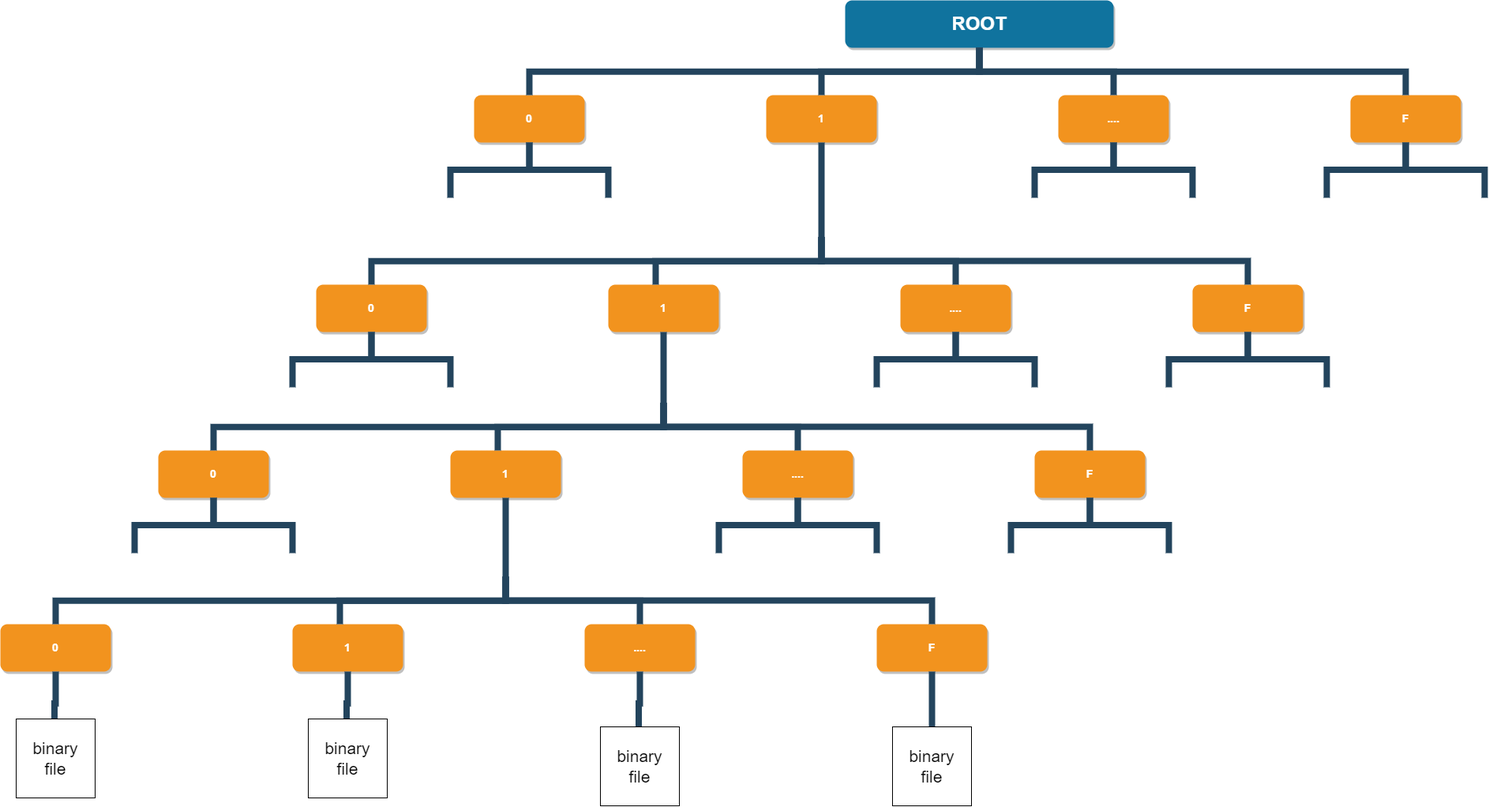
Before: data/folder_hierarchy.drawio.png, a diagram exported from draw.io (PraAnj/hexadecimal-2fa-code-generator). Source tidied: cells renumbered, new cells last; positions are measured from the earlier drawing's top-left corner, leaving out a move shared by most shapes.
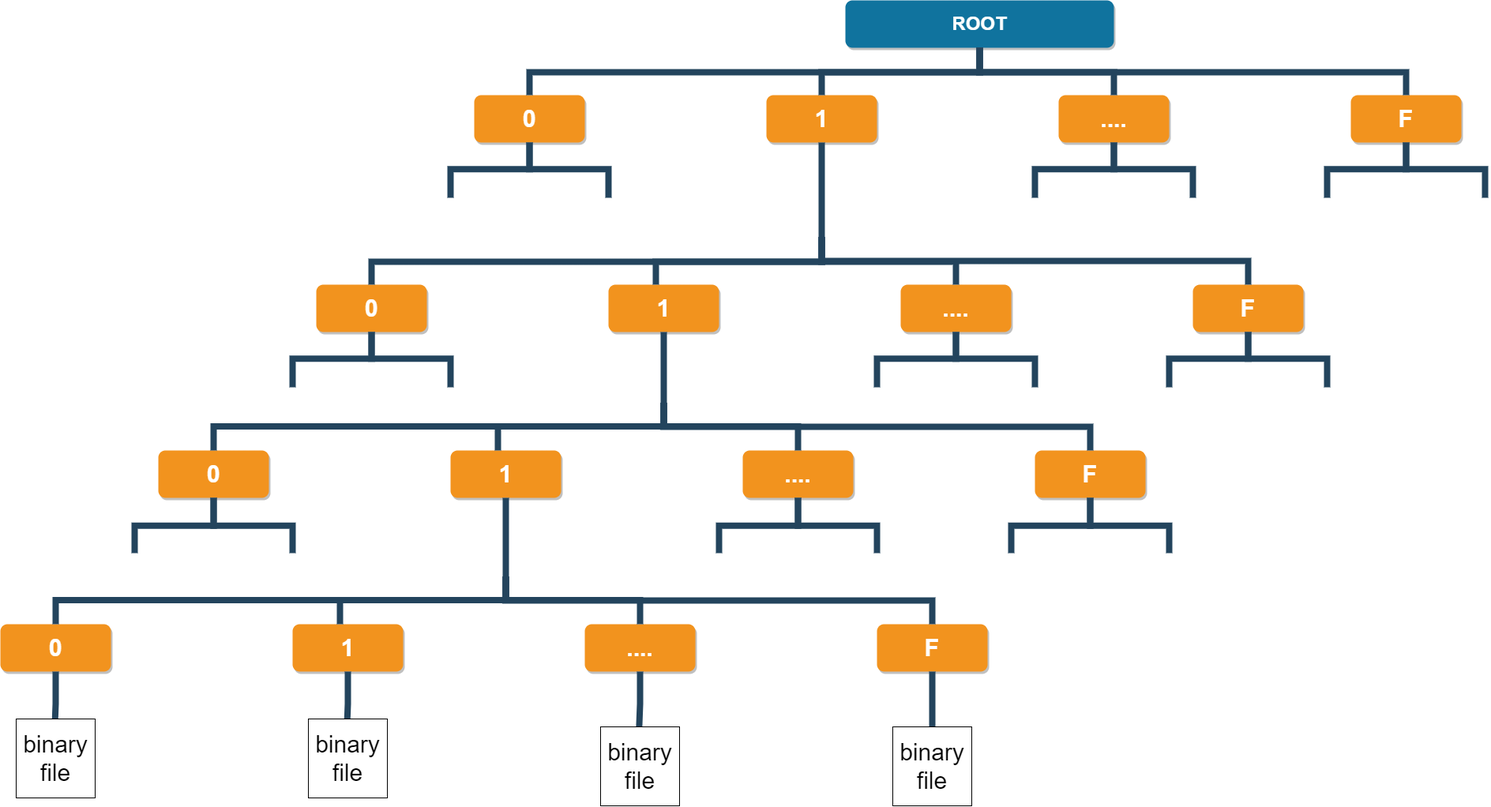
Later version of the same file.

What changed in the source:
```diff
@@ -5,16 +5,16 @@
     <mxCell id="2" value="ROOT" style="whiteSpace=wrap;rounded=1;shadow=1;fillColor=#10739E;strokeColor=none;fontColor=#FFFFFF;fontStyle=1;fontSize=24;" parent="1" vertex="1">
       <mxGeometry x="1070" width="340" height="60" as="geometry" />
     </mxCell>
-    <mxCell id="3" value="0" style="whiteSpace=wrap;rounded=1;fillColor=#F2931E;strokeColor=none;shadow=1;fontColor=#FFFFFF;fontStyle=1;fontSize=14;" parent="1" vertex="1">
+    <mxCell id="3" value="0" style="whiteSpace=wrap;rounded=1;fillColor=#F2931E;strokeColor=none;shadow=1;fontColor=#FFFFFF;fontStyle=1;fontSize=30;" parent="1" vertex="1">
       <mxGeometry x="600" y="120" width="140" height="60" as="geometry" />
     </mxCell>
-    <mxCell id="4" value="1" style="whiteSpace=wrap;rounded=1;fillColor=#F2931E;strokeColor=none;shadow=1;fontColor=#FFFFFF;fontStyle=1;fontSize=14;" parent="1" vertex="1">
+    <mxCell id="4" value="1" style="whiteSpace=wrap;rounded=1;fillColor=#F2931E;strokeColor=none;shadow=1;fontColor=#FFFFFF;fontStyle=1;fontSize=30;" parent="1" vertex="1">
       <mxGeometry x="970" y="120" width="140" height="60" as="geometry" />
     </mxCell>
-    <mxCell id="5" value="...." style="whiteSpace=wrap;rounded=1;fillColor=#F2931E;strokeColor=none;shadow=1;fontColor=#FFFFFF;fontStyle=1;fontSize=14;" parent="1" vertex="1">
+    <mxCell id="5" value="...." style="whiteSpace=wrap;rounded=1;fillColor=#F2931E;strokeColor=none;shadow=1;fontColor=#FFFFFF;fontStyle=1;fontSize=30;" parent="1" vertex="1">
       <mxGeometry x="1340" y="120" width="140" height="60" as="geometry" />
     </mxCell>
-    <mxCell id="6" value="F" style="whiteSpace=wrap;rounded=1;fillColor=#F2931E;strokeColor=none;shadow=1;fontColor=#FFFFFF;fontStyle=1;fontSize=14;" parent="1" vertex="1">
+    <mxCell id="6" value="F" style="whiteSpace=wrap;rounded=1;fillColor=#F2931E;strokeColor=none;shadow=1;fontColor=#FFFFFF;fontStyle=1;fontSize=30;" parent="1" vertex="1">
       <mxGeometry x="1710" y="120" width="140" height="60" as="geometry" />
     </mxCell>
     <mxCell id="7" style="edgeStyle=elbowEdgeStyle;elbow=vertical;rounded=0;fontColor=#000000;endArrow=none;endFill=0;strokeWidth=8;strokeColor=#23445D;" parent="1" edge="1" source="3">
@@ -59,16 +59,16 @@
     <mxCell id="16" style="edgeStyle=elbowEdgeStyle;elbow=vertical;rounded=0;fontColor=#000000;endArrow=none;endFill=0;strokeWidth=8;strokeColor=#23445D;" parent="1" edge="1" source="2" target="6">
       <mxGeometry relative="1" as="geometry" />
     </mxCell>
-    <mxCell id="17" value="0" style="whiteSpace=wrap;rounded=1;fillColor=#F2931E;strokeColor=none;shadow=1;fontColor=#FFFFFF;fontStyle=1;fontSize=14;" parent="1" vertex="1">
+    <mxCell id="17" value="0" style="whiteSpace=wrap;rounded=1;fillColor=#F2931E;strokeColor=none;shadow=1;fontColor=#FFFFFF;fontStyle=1;fontSize=30;" parent="1" vertex="1">
       <mxGeometry x="400" y="360" width="140" height="60" as="geometry" />
     </mxCell>
-    <mxCell id="18" value="1" style="whiteSpace=wrap;rounded=1;fillColor=#F2931E;strokeColor=none;shadow=1;fontColor=#FFFFFF;fontStyle=1;fontSize=14;" parent="1" vertex="1">
+    <mxCell id="18" value="1" style="whiteSpace=wrap;rounded=1;fillColor=#F2931E;strokeColor=none;shadow=1;fontColor=#FFFFFF;fontStyle=1;fontSize=30;" parent="1" vertex="1">
       <mxGeometry x="770" y="360" width="140" height="60" as="geometry" />
     </mxCell>
-    <mxCell id="19" value="...." style="whiteSpace=wrap;rounded=1;fillColor=#F2931E;strokeColor=none;shadow=1;fontColor=#FFFFFF;fontStyle=1;fontSize=14;" parent="1" vertex="1">
+    <mxCell id="19" value="...." style="whiteSpace=wrap;rounded=1;fillColor=#F2931E;strokeColor=none;shadow=1;fontColor=#FFFFFF;fontStyle=1;fontSize=30;" parent="1" vertex="1">
       <mxGeometry x="1140" y="360" width="140" height="60" as="geometry" />
     </mxCell>
-    <mxCell id="20" value="F" style="whiteSpace=wrap;rounded=1;fillColor=#F2931E;strokeColor=none;shadow=1;fontColor=#FFFFFF;fontStyle=1;fontSize=14;" parent="1" vertex="1">
+    <mxCell id="20" value="F" style="whiteSpace=wrap;rounded=1;fillColor=#F2931E;strokeColor=none;shadow=1;fontColor=#FFFFFF;fontStyle=1;fontSize=30;" parent="1" vertex="1">
       <mxGeometry x="1510" y="360" width="140" height="60" as="geometry" />
     </mxCell>
     <mxCell id="21" style="edgeStyle=elbowEdgeStyle;elbow=vertical;rounded=0;fontColor=#000000;endArrow=none;endFill=0;strokeWidth=8;strokeColor=#23445D;" parent="1" edge="1" source="17">
@@ -124,16 +124,16 @@
         </Array>
       </mxGeometry>
     </mxCell>
-    <mxCell id="31" value="0" style="whiteSpace=wrap;rounded=1;fillColor=#F2931E;strokeColor=none;shadow=1;fontColor=#FFFFFF;fontStyle=1;fontSize=14;" parent="1" vertex="1">
+    <mxCell id="31" value="0" style="whiteSpace=wrap;rounded=1;fillColor=#F2931E;strokeColor=none;shadow=1;fontColor=#FFFFFF;fontStyle=1;fontSize=30;" parent="1" vertex="1">
       <mxGeometry x="200" y="570" width="140" height="60" as="geometry" />
     </mxCell>
-    <mxCell id="32" value="1" style="whiteSpace=wrap;rounded=1;fillColor=#F2931E;strokeColor=none;shadow=1;fontColor=#FFFFFF;fontStyle=1;fontSize=14;" parent="1" vertex="1">
+    <mxCell id="32" value="1" style="whiteSpace=wrap;rounded=1;fillColor=#F2931E;strokeColor=none;shadow=1;fontColor=#FFFFFF;fontStyle=1;fontSize=30;" parent="1" vertex="1">
       <mxGeometry x="570" y="570" width="140" height="60" as="geometry" />
     </mxCell>
-    <mxCell id="33" value="...." style="whiteSpace=wrap;rounded=1;fillColor=#F2931E;strokeColor=none;shadow=1;fontColor=#FFFFFF;fontStyle=1;fontSize=14;" parent="1" vertex="1">
+    <mxCell id="33" value="...." style="whiteSpace=wrap;rounded=1;fillColor=#F2931E;strokeColor=none;shadow=1;fontColor=#FFFFFF;fontStyle=1;fontSize=30;" parent="1" vertex="1">
       <mxGeometry x="940" y="570" width="140" height="60" as="geometry" />
     </mxCell>
-    <mxCell id="34" value="F" style="whiteSpace=wrap;rounded=1;fillColor=#F2931E;strokeColor=none;shadow=1;fontColor=#FFFFFF;fontStyle=1;fontSize=14;" parent="1" vertex="1">
+    <mxCell id="34" value="F" style="whiteSpace=wrap;rounded=1;fillColor=#F2931E;strokeColor=none;shadow=1;fontColor=#FFFFFF;fontStyle=1;fontSize=30;" parent="1" vertex="1">
       <mxGeometry x="1310" y="570" width="140" height="60" as="geometry" />
     </mxCell>
     <mxCell id="35" style="edgeStyle=elbowEdgeStyle;elbow=vertical;rounded=0;fontColor=#000000;endArrow=none;endFill=0;strokeWidth=8;strokeColor=#23445D;" parent="1" edge="1" source="31">
@@ -191,16 +191,16 @@
         </Array>
       </mxGeometry>
     </mxCell>
-    <mxCell id="45" value="0" style="whiteSpace=wrap;rounded=1;fillColor=#F2931E;strokeColor=none;shadow=1;fontColor=#FFFFFF;fontStyle=1;fontSize=14;" parent="1" vertex="1">
+    <mxCell id="45" value="0" style="whiteSpace=wrap;rounded=1;fillColor=#F2931E;strokeColor=none;shadow=1;fontColor=#FFFFFF;fontStyle=1;fontSize=30;" parent="1" vertex="1">
       <mxGeometry y="790" width="140" height="60" as="geometry" />
     </mxCell>
-    <mxCell id="46" value="1" style="whiteSpace=wrap;rounded=1;fillColor=#F2931E;strokeColor=none;shadow=1;fontColor=#FFFFFF;fontStyle=1;fontSize=14;" parent="1" vertex="1">
+    <mxCell id="46" value="1" style="whiteSpace=wrap;rounded=1;fillColor=#F2931E;strokeColor=none;shadow=1;fontColor=#FFFFFF;fontStyle=1;fontSize=30;" parent="1" vertex="1">
       <mxGeometry x="370" y="790" width="140" height="60" as="geometry" />
     </mxCell>
-    <mxCell id="47" value="...." style="whiteSpace=wrap;rounded=1;fillColor=#F2931E;strokeColor=none;shadow=1;fontColor=#FFFFFF;fontStyle=1;fontSize=14;" parent="1" vertex="1">
+    <mxCell id="47" value="...." style="whiteSpace=wrap;rounded=1;fillColor=#F2931E;strokeColor=none;shadow=1;fontColor=#FFFFFF;fontStyle=1;fontSize=30;" parent="1" vertex="1">
       <mxGeometry x="740" y="790" width="140" height="60" as="geometry" />
     </mxCell>
-    <mxCell id="48" value="F" style="whiteSpace=wrap;rounded=1;fillColor=#F2931E;strokeColor=none;shadow=1;fontColor=#FFFFFF;fontStyle=1;fontSize=14;" parent="1" vertex="1">
+    <mxCell id="48" value="F" style="whiteSpace=wrap;rounded=1;fillColor=#F2931E;strokeColor=none;shadow=1;fontColor=#FFFFFF;fontStyle=1;fontSize=30;" parent="1" vertex="1">
       <mxGeometry x="1110" y="790" width="140" height="60" as="geometry" />
     </mxCell>
     <mxCell id="49" style="edgeStyle=elbowEdgeStyle;elbow=vertical;rounded=0;fontColor=#000000;endArrow=none;endFill=0;strokeWidth=8;strokeColor=#23445D;" parent="1" edge="1" source="48">
@@ -247,16 +247,16 @@
         <mxPoint x="68.6" y="930" as="targetPoint" />
       </mxGeometry>
     </mxCell>
-    <mxCell id="57" value="&lt;font style=&quot;font-size: 21px&quot;&gt;binary&lt;br&gt;file&lt;/font&gt;" style="shape=note;size=0;whiteSpace=wrap;html=1;" parent="1" vertex="1">
+    <mxCell id="57" value="&lt;font style=&quot;font-size: 30px&quot;&gt;binary&lt;br&gt;file&lt;/font&gt;" style="shape=note;size=0;whiteSpace=wrap;html=1;" parent="1" vertex="1">
       <mxGeometry x="1130" y="920" width="100" height="100" as="geometry" />
     </mxCell>
-    <mxCell id="58" value="&lt;font style=&quot;font-size: 21px&quot;&gt;binary&lt;br&gt;file&lt;/font&gt;" style="shape=note;size=0;whiteSpace=wrap;html=1;" parent="1" vertex="1">
+    <mxCell id="58" value="&lt;font style=&quot;font-size: 30px&quot;&gt;binary&lt;br&gt;file&lt;/font&gt;" style="shape=note;size=0;whiteSpace=wrap;html=1;" parent="1" vertex="1">
       <mxGeometry x="760" y="920" width="100" height="100" as="geometry" />
     </mxCell>
-    <mxCell id="59" value="&lt;font style=&quot;font-size: 21px&quot;&gt;binary&lt;br&gt;file&lt;/font&gt;" style="shape=note;size=0;whiteSpace=wrap;html=1;" parent="1" vertex="1">
+    <mxCell id="59" value="&lt;font style=&quot;font-size: 30px&quot;&gt;binary&lt;br&gt;file&lt;/font&gt;" style="shape=note;size=0;whiteSpace=wrap;html=1;" parent="1" vertex="1">
       <mxGeometry x="390" y="910" width="100" height="100" as="geometry" />
     </mxCell>
-    <mxCell id="60" value="&lt;font style=&quot;font-size: 21px&quot;&gt;binary&lt;br&gt;file&lt;/font&gt;" style="shape=note;size=0;whiteSpace=wrap;html=1;" parent="1" vertex="1">
+    <mxCell id="60" value="&lt;font style=&quot;font-size: 30px&quot;&gt;binary&lt;br&gt;file&lt;/font&gt;" style="shape=note;size=0;whiteSpace=wrap;html=1;" parent="1" vertex="1">
       <mxGeometry x="20" y="910" width="100" height="100" as="geometry" />
     </mxCell>
   </root>
```
